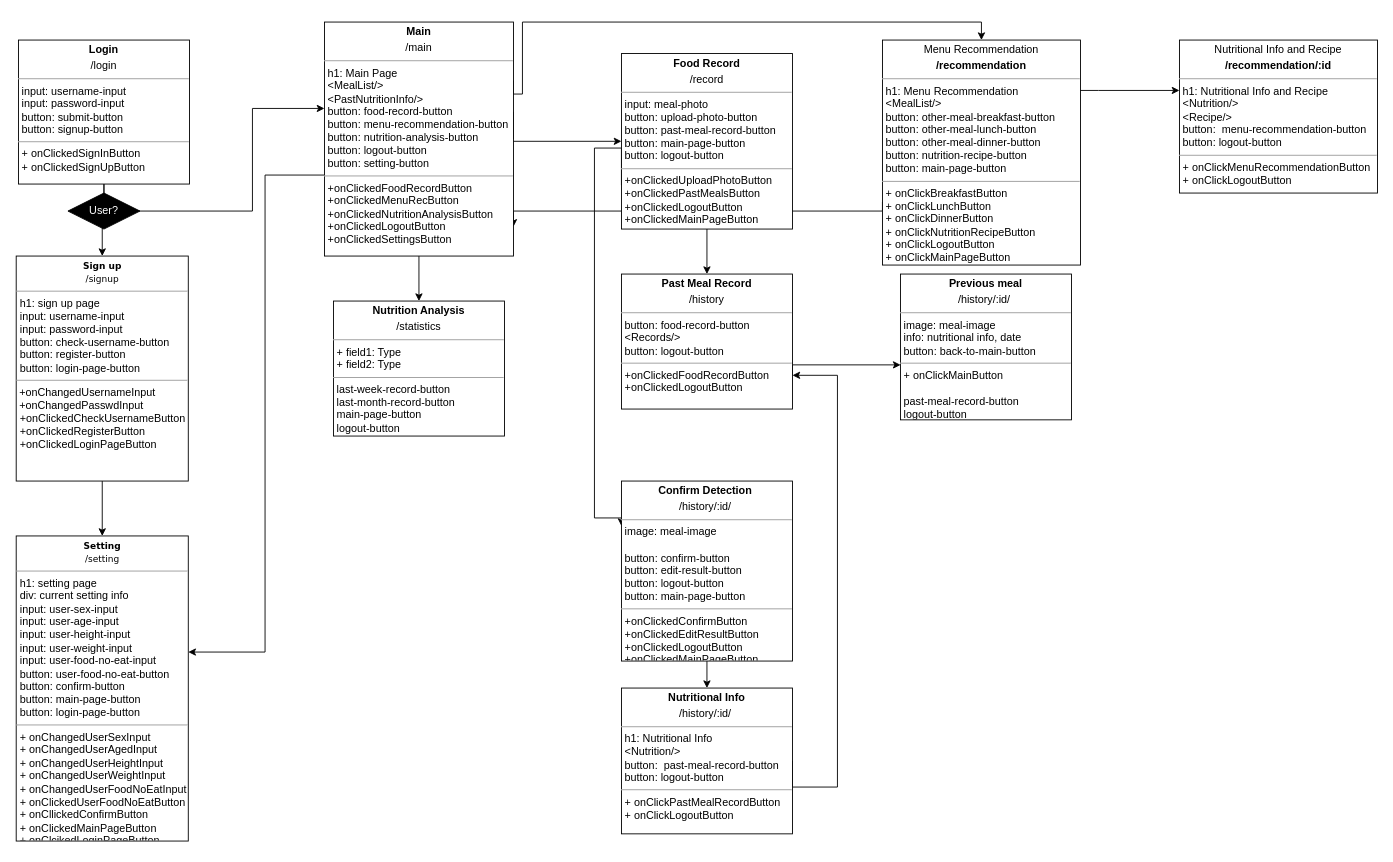
This is Untitled Diagram.drawio from swsnu/swpp2021-team5, a draw.io file, before an edit. Source tidied: cells renumbered, new cells numbered last; positions are measured from the earlier drawing's top-left corner, leaving out a move shared by most shapes. Both pictures are drawn from the tidied source at 90%, with x=0, y=0 at pixel (16, 22).
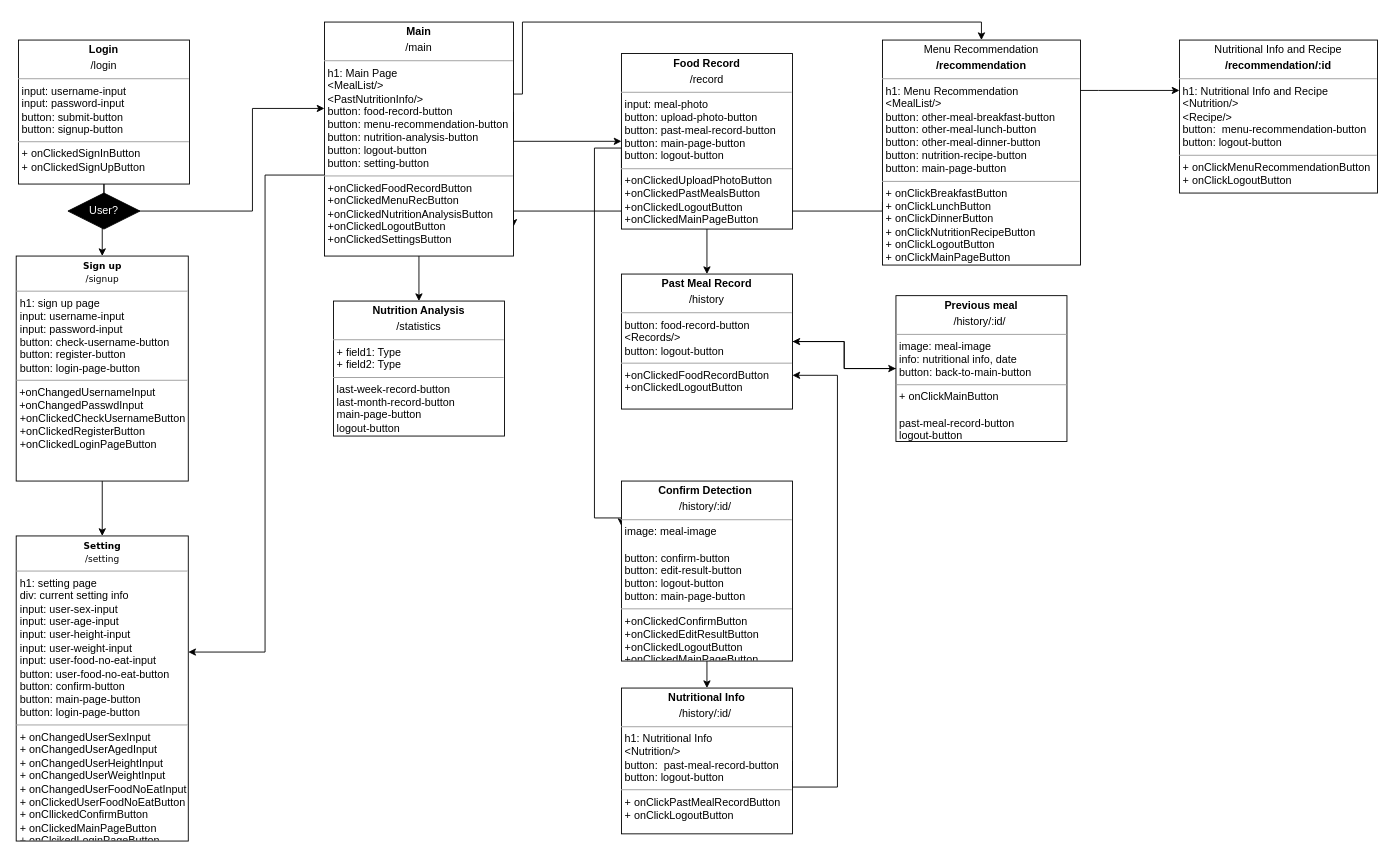
The same page after the edit.

The change refers to these unchanged cells:
```xml
<mxCell id="17" value="&lt;p style=&quot;margin: 0px ; margin-top: 4px ; text-align: center&quot;&gt;&lt;b&gt;Past Meal Record&lt;/b&gt;&lt;/p&gt;&lt;p style=&quot;margin: 0px ; margin-top: 4px ; text-align: center&quot;&gt;/history&lt;/p&gt;&lt;hr size=&quot;1&quot;&gt;&lt;p style=&quot;margin: 0px 0px 0px 4px&quot;&gt;button: food-record-button&lt;/p&gt;&lt;p style=&quot;margin: 0px 0px 0px 4px&quot;&gt;&amp;lt;Records/&amp;gt;&lt;/p&gt;&lt;p style=&quot;margin: 0px 0px 0px 4px&quot;&gt;button: logout-button&lt;/p&gt;&lt;hr size=&quot;1&quot;&gt;&lt;p style=&quot;margin: 0px ; margin-left: 4px&quot;&gt;+onClickedFoodRecordButton&lt;/p&gt;&lt;p style=&quot;margin: 0px ; margin-left: 4px&quot;&gt;+onClickedLogoutButton&lt;/p&gt;" style="verticalAlign=top;align=left;overflow=fill;fontSize=12;fontFamily=Helvetica;html=1;rounded=0;shadow=0;comic=0;labelBackgroundColor=none;strokeWidth=1;" parent="1" vertex="1">
  <mxGeometry x="672" y="280" width="190" height="150" as="geometry" />
</mxCell>
```

What changed in the source:
```diff
@@
-    <mxCell id="13" style="edgeStyle=orthogonalEdgeStyle;rounded=0;jettySize=auto;html=1;entryX=0.001;entryY=0.623;entryDx=0;entryDy=0;exitX=1;exitY=0.75;exitDx=0;exitDy=0;entryPerimeter=0;" parent="1" edge="1" source="17" target="18">
-      <mxGeometry relative="1" as="geometry">
-        <Array as="points">
-          <mxPoint x="862" y="380" />
-          <mxPoint x="982" y="380" />
-        </Array>
-      </mxGeometry>
-    </mxCell>
@@
+    <mxCell id="13" style="edgeStyle=orthogonalEdgeStyle;rounded=0;jettySize=auto;html=1;entryX=0;entryY=0.5;entryDx=0;entryDy=0;" parent="1" edge="1" source="17" target="18">
+      <mxGeometry relative="1" as="geometry" />
+    </mxCell>
@@
+    <mxCell id="29" style="edgeStyle=orthogonalEdgeStyle;rounded=0;jettySize=auto;html=1;" parent="1" edge="1" source="18" target="17">
+      <mxGeometry relative="1" as="geometry" />
+    </mxCell>
     <mxCell id="18" value="&lt;p style=&quot;margin: 0px ; margin-top: 4px ; text-align: center&quot;&gt;&lt;b&gt;Previous meal&lt;/b&gt;&lt;/p&gt;&lt;p style=&quot;margin: 0px ; margin-top: 4px ; text-align: center&quot;&gt;/history/:id/&lt;b&gt;&amp;nbsp;&lt;/b&gt;&lt;/p&gt;&lt;hr size=&quot;1&quot;&gt;&lt;p style=&quot;margin: 0px ; margin-left: 4px&quot;&gt;image: meal-image&lt;/p&gt;&lt;p style=&quot;margin: 0px ; margin-left: 4px&quot;&gt;info: nutritional info, date&lt;/p&gt;&lt;p style=&quot;margin: 0px ; margin-left: 4px&quot;&gt;button: back-to-main-button&lt;/p&gt;&lt;hr size=&quot;1&quot;&gt;&lt;p style=&quot;margin: 0px ; margin-left: 4px&quot;&gt;+ onClickMainButton&lt;/p&gt;&lt;p style=&quot;margin: 0px ; margin-left: 4px&quot;&gt;&lt;br&gt;&lt;/p&gt;&lt;p style=&quot;margin: 0px ; margin-left: 4px&quot;&gt;past-meal-record-button&lt;/p&gt;&lt;p style=&quot;margin: 0px ; margin-left: 4px&quot;&gt;logout-button&lt;/p&gt;" style="verticalAlign=top;align=left;overflow=fill;fontSize=12;fontFamily=Helvetica;html=1;" parent="1" vertex="1">
-      <mxGeometry x="982" y="280" width="190" height="162" as="geometry" />
+      <mxGeometry x="977" y="304" width="190" height="162" as="geometry" />
     </mxCell>
```
